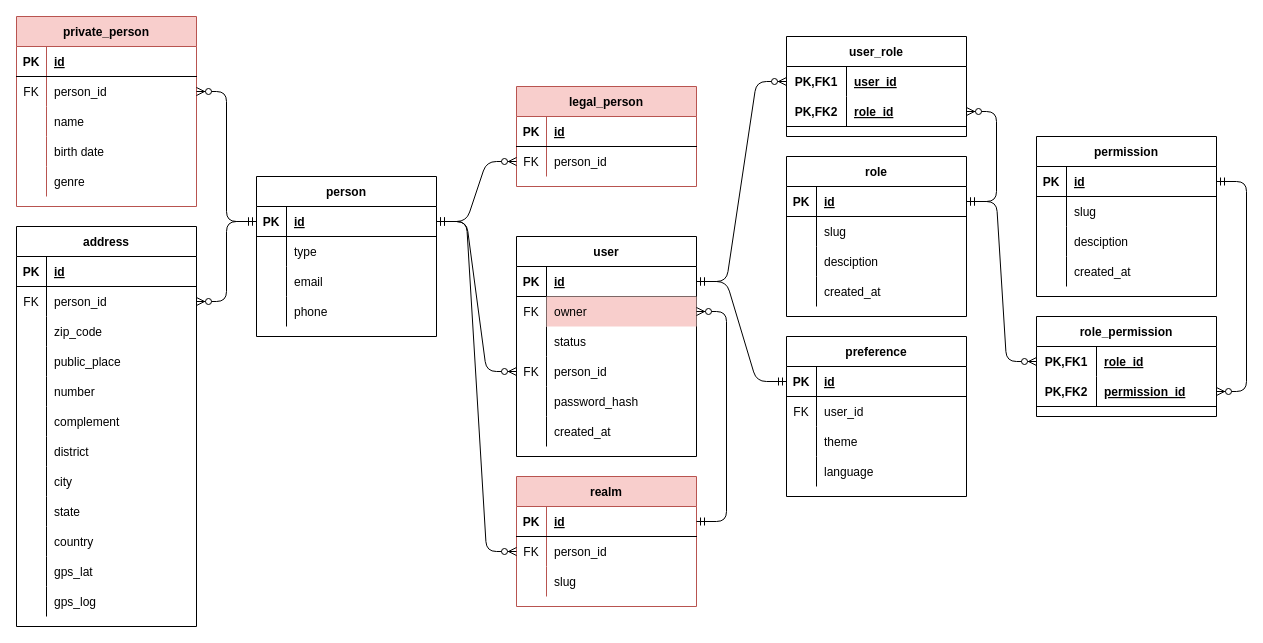
This is doc/baseacl.drawio from rafaelaraujobr/baseacl, a draw.io file, before an edit. Source tidied: cells renumbered, new cells numbered last; positions are measured from the earlier drawing's top-left corner, leaving out a move shared by most shapes. Both pictures are drawn from the tidied source at 100%, with x=0, y=0 at pixel (16, 16).
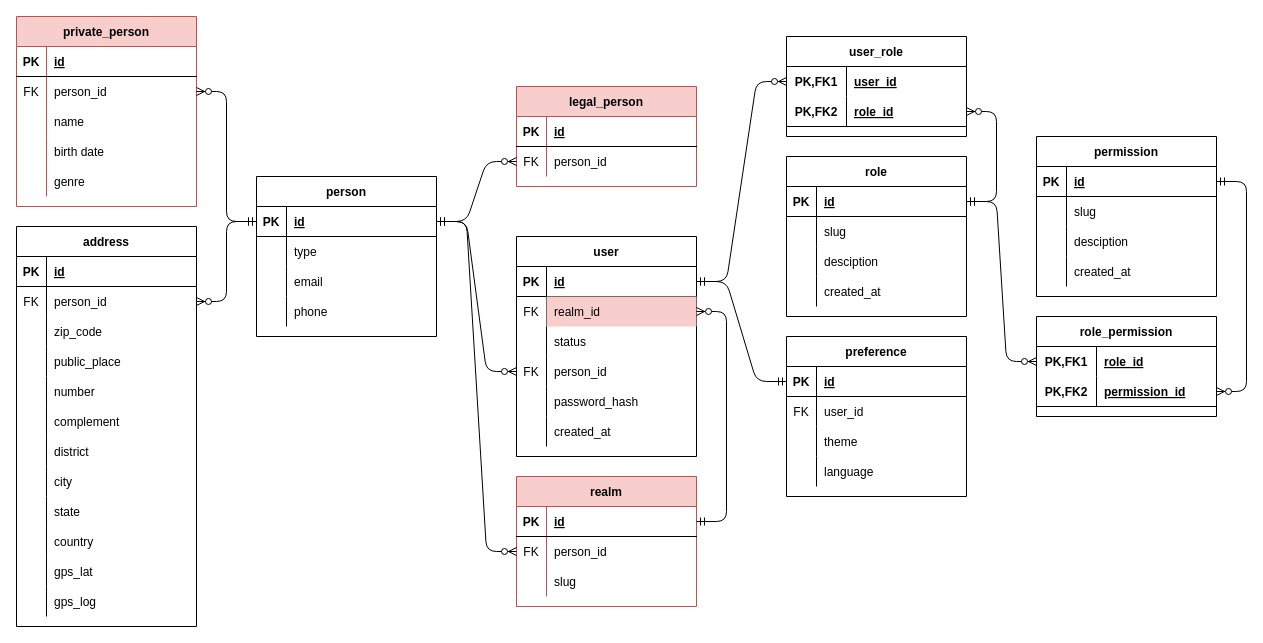
The same diagram, later.

The change refers to these unchanged cells:
```xml
<mxCell id="6" style="shape=partialRectangle;fillColor=none;top=0;left=0;bottom=0;right=0;points=[[0,0.5],[1,0.5]];portConstraint=eastwest;" parent="2" vertex="1">
  <mxGeometry y="60" width="180" height="30" as="geometry" />
</mxCell>
```

What changed in the source:
```diff
@@
-    <mxCell id="8" value="owner" style="shape=partialRectangle;fillColor=#f8cecc;top=0;left=0;bottom=0;right=0;align=left;spacingLeft=6;overflow=hidden;strokeColor=#b85450;" parent="6" vertex="1">
+    <mxCell id="8" value="realm_id" style="shape=partialRectangle;fillColor=#f8cecc;top=0;left=0;bottom=0;right=0;align=left;spacingLeft=6;overflow=hidden;strokeColor=#b85450;" parent="6" vertex="1">
       <mxGeometry x="30" width="150" height="30" as="geometry" />
     </mxCell>
```
